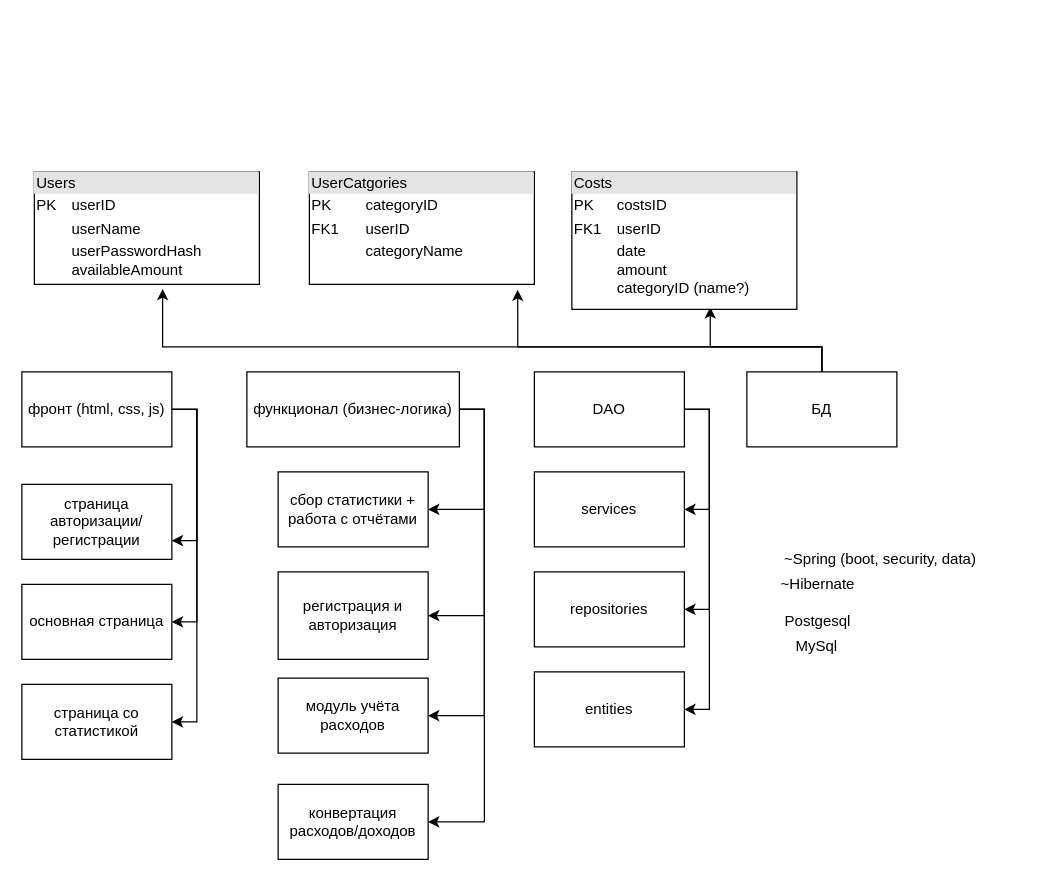
The draw.io diagram Untitled Diagram.drawio in neonestea/MyCosts, before the edit. Source tidied: cells renumbered, new cells numbered last; positions are measured from the earlier drawing's top-left corner, leaving out a move shared by most shapes. Both pictures are drawn from the tidied source at 125%, with x=0, y=0 at pixel (21, 171).
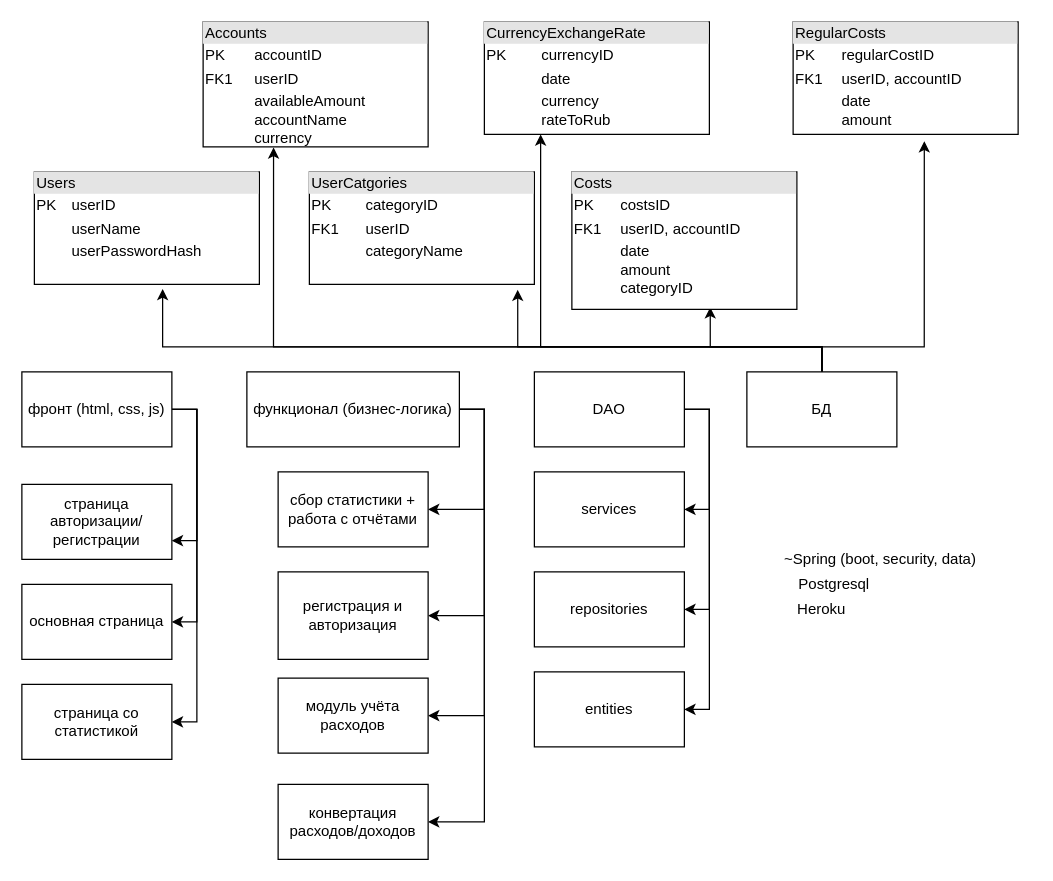
The same page after the edit.

The change refers to these unchanged cells:
```xml
<mxCell id="10" value="БД" style="rounded=0;whiteSpace=wrap;html=1;" parent="1" vertex="1">
  <mxGeometry x="580" y="160" width="120" height="60" as="geometry" />
</mxCell>
```

The edit, as a diff of the source:
```diff
@@
-    <mxCell id="2" value="&lt;div style=&quot;box-sizing: border-box ; width: 100% ; background: #e4e4e4 ; padding: 2px&quot;&gt;Users&lt;/div&gt;&lt;table style=&quot;width: 100% ; font-size: 1em&quot; cellpadding=&quot;2&quot; cellspacing=&quot;0&quot;&gt;&lt;tbody&gt;&lt;tr&gt;&lt;td&gt;PK&lt;/td&gt;&lt;td&gt;userID&lt;/td&gt;&lt;/tr&gt;&lt;tr&gt;&lt;td&gt;&lt;br&gt;&lt;/td&gt;&lt;td&gt;userName&lt;/td&gt;&lt;/tr&gt;&lt;tr&gt;&lt;td&gt;&lt;/td&gt;&lt;td&gt;userPasswordHash&lt;br&gt;availableAmount&lt;/td&gt;&lt;/tr&gt;&lt;/tbody&gt;&lt;/table&gt;" style="verticalAlign=top;align=left;overflow=fill;html=1;" parent="1" vertex="1">
+    <mxCell id="2" value="&lt;div style=&quot;box-sizing: border-box ; width: 100% ; background: #e4e4e4 ; padding: 2px&quot;&gt;Users&lt;/div&gt;&lt;table style=&quot;width: 100% ; font-size: 1em&quot; cellpadding=&quot;2&quot; cellspacing=&quot;0&quot;&gt;&lt;tbody&gt;&lt;tr&gt;&lt;td&gt;PK&lt;/td&gt;&lt;td&gt;userID&lt;/td&gt;&lt;/tr&gt;&lt;tr&gt;&lt;td&gt;&lt;br&gt;&lt;/td&gt;&lt;td&gt;userName&lt;/td&gt;&lt;/tr&gt;&lt;tr&gt;&lt;td&gt;&lt;/td&gt;&lt;td&gt;userPasswordHash&lt;br&gt;&lt;br&gt;&lt;/td&gt;&lt;/tr&gt;&lt;/tbody&gt;&lt;/table&gt;" style="verticalAlign=top;align=left;overflow=fill;html=1;" parent="1" vertex="1">
       <mxGeometry x="10" width="180" height="90" as="geometry" />
     </mxCell>
@@
+    <mxCell id="36" style="edgeStyle=orthogonalEdgeStyle;rounded=0;jettySize=auto;html=1;exitX=0.5;exitY=0;exitDx=0;exitDy=0;entryX=0.313;entryY=1.004;entryDx=0;entryDy=0;entryPerimeter=0;" parent="1" edge="1" source="10" target="39">
+      <mxGeometry relative="1" as="geometry">
+        <Array as="points">
+          <mxPoint x="640" y="140" />
+          <mxPoint x="201" y="140" />
+        </Array>
+      </mxGeometry>
+    </mxCell>
+    <mxCell id="37" style="edgeStyle=orthogonalEdgeStyle;rounded=0;jettySize=auto;html=1;exitX=0.5;exitY=0;exitDx=0;exitDy=0;entryX=0.25;entryY=1;entryDx=0;entryDy=0;" parent="1" edge="1" source="10" target="40">
+      <mxGeometry relative="1" as="geometry">
+        <Array as="points">
+          <mxPoint x="640" y="140" />
+          <mxPoint x="415" y="140" />
+        </Array>
+      </mxGeometry>
+    </mxCell>
+    <mxCell id="38" style="edgeStyle=orthogonalEdgeStyle;rounded=0;jettySize=auto;html=1;exitX=0.5;exitY=0;exitDx=0;exitDy=0;entryX=0.583;entryY=1.06;entryDx=0;entryDy=0;entryPerimeter=0;" parent="1" edge="1" source="10" target="41">
+      <mxGeometry relative="1" as="geometry">
+        <Array as="points">
+          <mxPoint x="640" y="140" />
+          <mxPoint x="722" y="140" />
+        </Array>
+      </mxGeometry>
+    </mxCell>
@@
-    <mxCell id="17" value="~Hibernate" style="text;html=1;strokeColor=none;fillColor=none;align=center;verticalAlign=middle;whiteSpace=wrap;rounded=0;" parent="1" vertex="1">
-      <mxGeometry x="617" y="320" width="40" height="20" as="geometry" />
-    </mxCell>
-    <mxCell id="18" value="Postgesql" style="text;html=1;strokeColor=none;fillColor=none;align=center;verticalAlign=middle;whiteSpace=wrap;rounded=0;" parent="1" vertex="1">
-      <mxGeometry x="617" y="350" width="40" height="20" as="geometry" />
+    <mxCell id="18" value="Postgresql" style="text;html=1;strokeColor=none;fillColor=none;align=center;verticalAlign=middle;whiteSpace=wrap;rounded=0;" parent="1" vertex="1">
+      <mxGeometry x="630" y="320" width="40" height="20" as="geometry" />
     </mxCell>
-    <mxCell id="19" value="MySql" style="text;html=1;strokeColor=none;fillColor=none;align=center;verticalAlign=middle;whiteSpace=wrap;rounded=0;" parent="1" vertex="1">
-      <mxGeometry x="591" y="370" width="90" height="20" as="geometry" />
-    </mxCell>
-    <mxCell id="20" value="&lt;div style=&quot;box-sizing: border-box ; width: 100% ; background: #e4e4e4 ; padding: 2px&quot;&gt;Costs&lt;/div&gt;&lt;table style=&quot;width: 100% ; font-size: 1em&quot; cellpadding=&quot;2&quot; cellspacing=&quot;0&quot;&gt;&lt;tbody&gt;&lt;tr&gt;&lt;td&gt;PK&lt;/td&gt;&lt;td&gt;costsID&lt;/td&gt;&lt;/tr&gt;&lt;tr&gt;&lt;td&gt;FK1&lt;/td&gt;&lt;td&gt;userID&lt;/td&gt;&lt;/tr&gt;&lt;tr&gt;&lt;td&gt;&lt;/td&gt;&lt;td&gt;date&lt;br&gt;amount&lt;br&gt;categoryID (name?)&lt;/td&gt;&lt;/tr&gt;&lt;/tbody&gt;&lt;/table&gt;" style="verticalAlign=top;align=left;overflow=fill;html=1;" parent="1" vertex="1">
+    <mxCell id="20" value="&lt;div style=&quot;box-sizing: border-box ; width: 100% ; background: #e4e4e4 ; padding: 2px&quot;&gt;Costs&lt;/div&gt;&lt;table style=&quot;width: 100% ; font-size: 1em&quot; cellpadding=&quot;2&quot; cellspacing=&quot;0&quot;&gt;&lt;tbody&gt;&lt;tr&gt;&lt;td&gt;PK&lt;/td&gt;&lt;td&gt;costsID&lt;/td&gt;&lt;/tr&gt;&lt;tr&gt;&lt;td&gt;FK1&lt;/td&gt;&lt;td&gt;userID, accountID&lt;/td&gt;&lt;/tr&gt;&lt;tr&gt;&lt;td&gt;&lt;/td&gt;&lt;td&gt;date&lt;br&gt;amount&lt;br&gt;categoryID&lt;br&gt;&lt;br&gt;&lt;/td&gt;&lt;/tr&gt;&lt;/tbody&gt;&lt;/table&gt;" style="verticalAlign=top;align=left;overflow=fill;html=1;" parent="1" vertex="1">
       <mxGeometry x="440" width="180" height="110" as="geometry" />
     </mxCell>
@@
+    <mxCell id="39" value="&lt;div style=&quot;box-sizing: border-box ; width: 100% ; background: #e4e4e4 ; padding: 2px&quot;&gt;Accounts&lt;/div&gt;&lt;table style=&quot;width: 100% ; font-size: 1em&quot; cellpadding=&quot;2&quot; cellspacing=&quot;0&quot;&gt;&lt;tbody&gt;&lt;tr&gt;&lt;td&gt;PK&lt;/td&gt;&lt;td&gt;accountID&lt;/td&gt;&lt;/tr&gt;&lt;tr&gt;&lt;td&gt;FK1&lt;/td&gt;&lt;td&gt;userID&lt;/td&gt;&lt;/tr&gt;&lt;tr&gt;&lt;td&gt;&lt;/td&gt;&lt;td&gt;availableAmount&lt;br&gt;accountName&lt;br&gt;currency&lt;/td&gt;&lt;/tr&gt;&lt;/tbody&gt;&lt;/table&gt;" style="verticalAlign=top;align=left;overflow=fill;html=1;" parent="1" vertex="1">
+      <mxGeometry x="145" y="-120" width="180" height="100" as="geometry" />
+    </mxCell>
+    <mxCell id="40" value="&lt;div style=&quot;box-sizing: border-box ; width: 100% ; background: #e4e4e4 ; padding: 2px&quot;&gt;CurrencyExchangeRate&lt;/div&gt;&lt;table style=&quot;width: 100% ; font-size: 1em&quot; cellpadding=&quot;2&quot; cellspacing=&quot;0&quot;&gt;&lt;tbody&gt;&lt;tr&gt;&lt;td&gt;PK&lt;/td&gt;&lt;td&gt;currencyID&lt;/td&gt;&lt;/tr&gt;&lt;tr&gt;&lt;td&gt;&lt;br&gt;&lt;/td&gt;&lt;td&gt;date&lt;/td&gt;&lt;/tr&gt;&lt;tr&gt;&lt;td&gt;&lt;/td&gt;&lt;td&gt;currency&lt;br&gt;rateToRub&lt;/td&gt;&lt;/tr&gt;&lt;/tbody&gt;&lt;/table&gt;" style="verticalAlign=top;align=left;overflow=fill;html=1;" parent="1" vertex="1">
+      <mxGeometry x="370" y="-120" width="180" height="90" as="geometry" />
+    </mxCell>
+    <mxCell id="41" value="&lt;div style=&quot;box-sizing: border-box ; width: 100% ; background: #e4e4e4 ; padding: 2px&quot;&gt;RegularCosts&lt;/div&gt;&lt;table style=&quot;width: 100% ; font-size: 1em&quot; cellpadding=&quot;2&quot; cellspacing=&quot;0&quot;&gt;&lt;tbody&gt;&lt;tr&gt;&lt;td&gt;PK&lt;/td&gt;&lt;td&gt;regularCostID&lt;/td&gt;&lt;/tr&gt;&lt;tr&gt;&lt;td&gt;FK1&lt;/td&gt;&lt;td&gt;userID, accountID&lt;/td&gt;&lt;/tr&gt;&lt;tr&gt;&lt;td&gt;&lt;/td&gt;&lt;td&gt;date&lt;br&gt;amount&lt;/td&gt;&lt;/tr&gt;&lt;/tbody&gt;&lt;/table&gt;" style="verticalAlign=top;align=left;overflow=fill;html=1;" parent="1" vertex="1">
+      <mxGeometry x="617" y="-120" width="180" height="90" as="geometry" />
+    </mxCell>
+    <mxCell id="42" value="Heroku" style="text;html=1;strokeColor=none;fillColor=none;align=center;verticalAlign=middle;whiteSpace=wrap;rounded=0;" parent="1" vertex="1">
+      <mxGeometry x="620" y="340" width="40" height="20" as="geometry" />
+    </mxCell>
```
